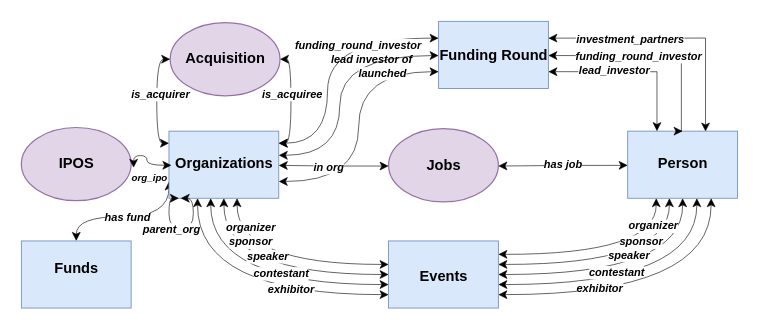
Before: copy3_edited_graph_vis.drawio in SilvesterYu/FinQA_Vis, a draw.io diagram. Source tidied: cells renumbered, new cells numbered last; positions are measured from the earlier drawing's top-left corner, leaving out a move shared by most shapes. Both pictures are drawn from the tidied source at 122%, with x=0, y=0 at pixel (21, 21).
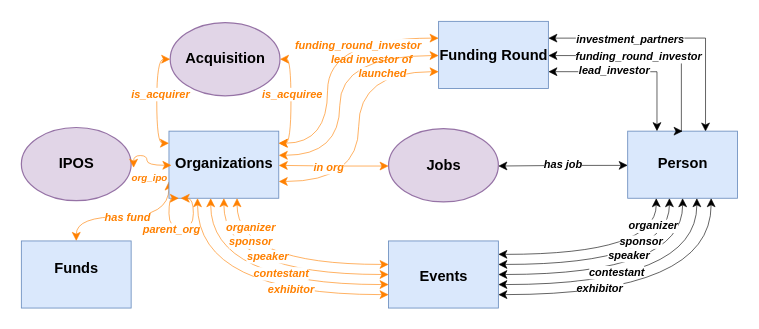
Above is the later version.

Unchanged cells that the change refers to:
```xml
<mxCell id="9" value="&lt;h6 style=&quot;&quot;&gt;&lt;br&gt;&lt;/h6&gt;" style="rounded=0;whiteSpace=wrap;html=1;strokeWidth=0.7;verticalAlign=top;labelPosition=center;verticalLabelPosition=middle;align=center;spacing=0;spacingBottom=0;points=[[0,0,0,0,0],[0,0.25,0,0,0],[0,0.51,0,0,0],[0,0.75,0,0,0],[0,1,0,0,0],[0.24,1,0,0,0],[0.26,0,0,0,0],[0.5,0,0,0,0],[0.5,1,0,0,0],[0.76,0,0,0,0],[0.76,1,0,0,0],[1,0,0,0,0],[1,0.25,0,0,0],[1,0.51,0,0,0],[1,0.75,0,0,0],[1,1,0,0,0]];fillColor=#dae8fc;strokeColor=#6c8ebf;" parent="1" vertex="1">
  <mxGeometry x="342" width="90" height="55" as="geometry" />
</mxCell>
<mxCell id="12" style="rounded=0;whiteSpace=wrap;html=1;fontSize=10;strokeWidth=0.7;points=[[0,0,0,0,0],[0,0.18,0,0,0],[0,0.51,0,0,0],[0,0.75,0,0,0],[0.09,1,0,0,0],[0.26,0,0,0,0],[0.26,1,0,0,0],[0.38,1,0,0,0],[0.5,0,0,0,0],[0.5,1,0,0,0],[0.62,1,0,0,0],[0.73,1,0,0,0],[0.76,0,0,0,0],[1,0,0,0,0],[1,0.18,0,0,0],[1,0.36,0,0,0],[1,0.51,0,0,0],[1,0.75,0,0,0]];fillColor=#dae8fc;strokeColor=#6c8ebf;" parent="1" vertex="1">
  <mxGeometry x="121" y="90" width="90" height="55" as="geometry" />
</mxCell>
<mxCell id="15" style="rounded=0;whiteSpace=wrap;html=1;strokeWidth=0.7;fillColor=#dae8fc;strokeColor=#6c8ebf;" parent="1" vertex="1">
  <mxGeometry y="180" width="90" height="55" as="geometry" />
</mxCell>
<mxCell id="31" style="rounded=0;whiteSpace=wrap;html=1;strokeWidth=0.7;points=[[0,0.2,0,0,0],[0,0.35,0,0,0],[0,0.5,0,0,0],[0,0.65,0,0,0],[0,0.8,0,0,0],[0.26,0,0,0,0],[0.26,1,0,0,0],[0.5,0,0,0,0],[0.5,1,0,0,0],[0.76,0,0,0,0],[0.76,1,0,0,0],[1,0.2,0,0,0],[1,0.35,0,0,0],[1,0.5,0,0,0],[1,0.65,0,0,0],[1,0.8,0,0,0]];fillColor=#dae8fc;strokeColor=#6c8ebf;" parent="1" vertex="1">
  <mxGeometry x="301" y="180" width="90" height="55" as="geometry" />
</mxCell>
<mxCell id="63" style="ellipse;whiteSpace=wrap;html=1;rounded=0;sketch=0;fontSize=6.2;points=[[0,0.51,0,0,0],[0.14,0.15,0,0,0],[0.14,0.85,0,0,0],[0.5,0,0,0,0],[0.5,1,0,0,0],[0.86,0.15,0,0,0],[0.86,0.85,0,0,0],[1,0.51,0,0,0]];fillColor=#e1d5e7;strokeColor=#9673a6;" parent="1" vertex="1">
  <mxGeometry x="301" y="88" width="90" height="60" as="geometry" />
</mxCell>
```

The edit, as a diff of the source:
```diff
@@
-    <mxCell id="2" style="edgeStyle=orthogonalEdgeStyle;rounded=0;jettySize=auto;html=1;exitX=1;exitY=0.75;exitDx=0;exitDy=0;entryX=0;entryY=0.75;entryDx=0;entryDy=0;entryPerimeter=0;strokeWidth=0.5;curved=1;exitPerimeter=0;startArrow=classic;startFill=1;" parent="1" edge="1" source="12" target="9">
+    <mxCell id="2" style="edgeStyle=orthogonalEdgeStyle;rounded=0;jettySize=auto;html=1;exitX=1;exitY=0.75;exitDx=0;exitDy=0;entryX=0;entryY=0.75;entryDx=0;entryDy=0;entryPerimeter=0;strokeWidth=0.5;curved=1;exitPerimeter=0;startArrow=classic;startFill=1;strokeColor=#FF8000;" parent="1" edge="1" source="12" target="9">
       <mxGeometry relative="1" as="geometry" />
     </mxCell>
-    <mxCell id="3" value="&lt;font style=&quot;font-size: 9px;&quot;&gt;lead investor of&lt;/font&gt;" style="edgeLabel;html=1;align=center;verticalAlign=middle;fontSize=6;fontStyle=3;" parent="2" vertex="1">
+    <mxCell id="3" value="&lt;font color=&quot;#ff8000&quot; style=&quot;font-size: 9px;&quot;&gt;lead investor of&lt;/font&gt;" style="edgeLabel;html=1;align=center;verticalAlign=middle;fontSize=6;fontStyle=3;" parent="2" vertex="1">
       <mxGeometry x="-0.48" y="2" relative="1" as="geometry">
         <mxPoint x="18" y="-98" as="offset" />
       </mxGeometry>
     </mxCell>
-    <mxCell id="4" style="edgeStyle=orthogonalEdgeStyle;rounded=0;jettySize=auto;html=1;exitX=1;exitY=0.36;exitDx=0;exitDy=0;entryX=0;entryY=0.51;entryDx=0;entryDy=0;entryPerimeter=0;strokeWidth=0.5;curved=1;exitPerimeter=0;startArrow=classic;startFill=1;" parent="1" edge="1" source="12" target="9">
+    <mxCell id="4" style="edgeStyle=orthogonalEdgeStyle;rounded=0;jettySize=auto;html=1;exitX=1;exitY=0.36;exitDx=0;exitDy=0;entryX=0;entryY=0.51;entryDx=0;entryDy=0;entryPerimeter=0;strokeWidth=0.5;curved=1;exitPerimeter=0;startArrow=classic;startFill=1;strokeColor=#FF8000;" parent="1" edge="1" source="12" target="9">
       <mxGeometry relative="1" as="geometry">
         <Array as="points">
           <mxPoint x="261" y="110" />
           <mxPoint x="261" y="28" />
         </Array>
       </mxGeometry>
     </mxCell>
-    <mxCell id="5" value="&lt;font style=&quot;font-size: 9px;&quot;&gt;launched&lt;/font&gt;" style="edgeLabel;html=1;align=center;verticalAlign=middle;fontSize=6;fontStyle=3;" parent="4" vertex="1">
+    <mxCell id="5" value="&lt;font color=&quot;#ff8000&quot; style=&quot;font-size: 9px;&quot;&gt;launched&lt;/font&gt;" style="edgeLabel;html=1;align=center;verticalAlign=middle;fontSize=6;fontStyle=3;" parent="4" vertex="1">
       <mxGeometry x="-0.26" y="2" relative="1" as="geometry">
         <mxPoint x="36" y="-38" as="offset" />
       </mxGeometry>
     </mxCell>
-    <mxCell id="6" style="edgeStyle=orthogonalEdgeStyle;rounded=0;jettySize=auto;html=1;exitX=1;exitY=0.18;exitDx=0;exitDy=0;entryX=0;entryY=0.25;entryDx=0;entryDy=0;entryPerimeter=0;strokeWidth=0.5;curved=1;exitPerimeter=0;startArrow=classic;startFill=1;" parent="1" edge="1" source="12" target="9">
+    <mxCell id="6" style="edgeStyle=orthogonalEdgeStyle;rounded=0;jettySize=auto;html=1;exitX=1;exitY=0.18;exitDx=0;exitDy=0;entryX=0;entryY=0.25;entryDx=0;entryDy=0;entryPerimeter=0;strokeWidth=0.5;curved=1;exitPerimeter=0;startArrow=classic;startFill=1;strokeColor=#FF8000;" parent="1" edge="1" source="12" target="9">
       <mxGeometry relative="1" as="geometry">
         <Array as="points">
           <mxPoint x="251" y="100" />
           <mxPoint x="251" y="14" />
         </Array>
       </mxGeometry>
     </mxCell>
-    <mxCell id="7" value="&lt;font style=&quot;font-size: 9px;&quot;&gt;funding_round_investor&lt;/font&gt;" style="edgeLabel;html=1;align=center;verticalAlign=middle;fontSize=6;fontStyle=3;" parent="6" vertex="1">
+    <mxCell id="7" value="&lt;font color=&quot;#ff8000&quot; style=&quot;font-size: 9px;&quot;&gt;funding_round_investor&lt;/font&gt;" style="edgeLabel;html=1;align=center;verticalAlign=middle;fontSize=6;fontStyle=3;" parent="6" vertex="1">
       <mxGeometry x="-0.52" y="2" relative="1" as="geometry">
         <mxPoint x="26" y="-68" as="offset" />
       </mxGeometry>
     </mxCell>
@@
-    <mxCell id="10" style="edgeStyle=orthogonalEdgeStyle;rounded=0;jettySize=auto;html=1;entryX=0.5;entryY=0;entryDx=0;entryDy=0;fontSize=9;strokeWidth=0.51;curved=1;exitX=0;exitY=0.75;exitDx=0;exitDy=0;exitPerimeter=0;startArrow=classic;startFill=1;" parent="1" edge="1" source="12" target="15">
+    <mxCell id="10" style="edgeStyle=orthogonalEdgeStyle;rounded=0;jettySize=auto;html=1;entryX=0.5;entryY=0;entryDx=0;entryDy=0;fontSize=9;strokeWidth=0.51;curved=1;exitX=0;exitY=0.75;exitDx=0;exitDy=0;exitPerimeter=0;startArrow=classic;startFill=1;strokeColor=#FF8000;" parent="1" edge="1" source="12" target="15">
       <mxGeometry relative="1" as="geometry">
         <Array as="points">
           <mxPoint x="121" y="160" />
           <mxPoint x="45" y="160" />
         </Array>
       </mxGeometry>
     </mxCell>
-    <mxCell id="11" value="&lt;font style=&quot;font-size: 9px;&quot;&gt;has fund&lt;br&gt;&lt;/font&gt;" style="edgeLabel;html=1;align=center;verticalAlign=middle;fontSize=6;fontStyle=3;" parent="10" vertex="1">
+    <mxCell id="11" value="&lt;font style=&quot;font-size: 9px;&quot;&gt;&lt;font color=&quot;#ff8000&quot;&gt;has fund&lt;/font&gt;&lt;br&gt;&lt;/font&gt;" style="edgeLabel;html=1;align=center;verticalAlign=middle;fontSize=6;fontStyle=3;" parent="10" vertex="1">
       <mxGeometry x="-0.15" relative="1" as="geometry">
         <mxPoint x="-10" as="offset" />
       </mxGeometry>
     </mxCell>
@@
-    <mxCell id="13" style="edgeStyle=orthogonalEdgeStyle;rounded=0;orthogonalLoop=1;jettySize=auto;html=1;exitX=0.107;exitY=1;exitDx=0;exitDy=0;fontSize=9;strokeWidth=0.5;curved=1;exitPerimeter=0;entryX=0.09;entryY=1;entryDx=0;entryDy=0;entryPerimeter=0;startArrow=classic;startFill=1;" parent="1" edge="1" source="12" target="12">
+    <mxCell id="13" style="edgeStyle=orthogonalEdgeStyle;rounded=0;orthogonalLoop=1;jettySize=auto;html=1;exitX=0.107;exitY=1;exitDx=0;exitDy=0;fontSize=9;strokeWidth=0.5;curved=1;exitPerimeter=0;entryX=0.09;entryY=1;entryDx=0;entryDy=0;entryPerimeter=0;startArrow=classic;startFill=1;strokeColor=#FF8000;" parent="1" edge="1" source="12" target="12">
       <mxGeometry relative="1" as="geometry">
         <Array as="points">
           <mxPoint x="141" y="145" />
           <mxPoint x="141" y="170" />
           <mxPoint x="121" y="170" />
           <mxPoint x="121" y="145" />
         </Array>
       </mxGeometry>
     </mxCell>
-    <mxCell id="14" value="&lt;font style=&quot;font-size: 9px;&quot;&gt;parent_org&lt;br&gt;&lt;/font&gt;" style="edgeLabel;html=1;align=center;verticalAlign=middle;fontSize=6;fontStyle=3;" parent="13" vertex="1">
+    <mxCell id="14" value="&lt;font style=&quot;font-size: 9px;&quot;&gt;&lt;font color=&quot;#ff8000&quot;&gt;parent_org&lt;/font&gt;&lt;br&gt;&lt;/font&gt;" style="edgeLabel;html=1;align=center;verticalAlign=middle;fontSize=6;fontStyle=3;" parent="13" vertex="1">
       <mxGeometry x="-0.13" y="-1" relative="1" as="geometry">
         <mxPoint x="-16" y="1" as="offset" />
       </mxGeometry>
     </mxCell>
@@
-    <mxCell id="20" style="edgeStyle=orthogonalEdgeStyle;rounded=0;jettySize=auto;html=1;exitX=0;exitY=0.35;exitDx=0;exitDy=0;entryX=0.62;entryY=1;entryDx=0;entryDy=0;entryPerimeter=0;fontSize=7;strokeWidth=0.5;curved=1;exitPerimeter=0;startArrow=classic;startFill=1;" parent="1" edge="1" source="31" target="12">
+    <mxCell id="20" style="edgeStyle=orthogonalEdgeStyle;rounded=0;jettySize=auto;html=1;exitX=0;exitY=0.35;exitDx=0;exitDy=0;entryX=0.62;entryY=1;entryDx=0;entryDy=0;entryPerimeter=0;fontSize=7;strokeWidth=0.5;curved=1;exitPerimeter=0;startArrow=classic;startFill=1;strokeColor=#FF8000;" parent="1" edge="1" source="31" target="12">
       <mxGeometry relative="1" as="geometry" />
     </mxCell>
-    <mxCell id="21" style="edgeStyle=orthogonalEdgeStyle;rounded=0;jettySize=auto;html=1;exitX=0;exitY=0.5;exitDx=0;exitDy=0;entryX=0.5;entryY=1;entryDx=0;entryDy=0;entryPerimeter=0;fontSize=7;strokeWidth=0.5;curved=1;exitPerimeter=0;startArrow=classic;startFill=1;" parent="1" edge="1" source="31" target="12">
+    <mxCell id="21" style="edgeStyle=orthogonalEdgeStyle;rounded=0;jettySize=auto;html=1;exitX=0;exitY=0.5;exitDx=0;exitDy=0;entryX=0.5;entryY=1;entryDx=0;entryDy=0;entryPerimeter=0;fontSize=7;strokeWidth=0.5;curved=1;exitPerimeter=0;startArrow=classic;startFill=1;strokeColor=#FF8000;" parent="1" edge="1" source="31" target="12">
       <mxGeometry relative="1" as="geometry" />
     </mxCell>
-    <mxCell id="22" style="edgeStyle=orthogonalEdgeStyle;rounded=0;jettySize=auto;html=1;exitX=0;exitY=0.65;exitDx=0;exitDy=0;entryX=0.38;entryY=1;entryDx=0;entryDy=0;entryPerimeter=0;fontSize=7;strokeWidth=0.5;curved=1;exitPerimeter=0;startArrow=classic;startFill=1;" parent="1" edge="1" source="31" target="12">
+    <mxCell id="22" style="edgeStyle=orthogonalEdgeStyle;rounded=0;jettySize=auto;html=1;exitX=0;exitY=0.65;exitDx=0;exitDy=0;entryX=0.38;entryY=1;entryDx=0;entryDy=0;entryPerimeter=0;fontSize=7;strokeWidth=0.5;curved=1;exitPerimeter=0;startArrow=classic;startFill=1;strokeColor=#FF8000;" parent="1" edge="1" source="31" target="12">
       <mxGeometry relative="1" as="geometry" />
     </mxCell>
-    <mxCell id="23" style="edgeStyle=orthogonalEdgeStyle;rounded=0;jettySize=auto;html=1;exitX=0;exitY=0.8;exitDx=0;exitDy=0;fontSize=7;strokeWidth=0.5;curved=1;exitPerimeter=0;entryX=0.26;entryY=1;entryDx=0;entryDy=0;entryPerimeter=0;startArrow=classic;startFill=1;" parent="1" edge="1" source="31" target="12">
+    <mxCell id="23" style="edgeStyle=orthogonalEdgeStyle;rounded=0;jettySize=auto;html=1;exitX=0;exitY=0.8;exitDx=0;exitDy=0;fontSize=7;strokeWidth=0.5;curved=1;exitPerimeter=0;entryX=0.26;entryY=1;entryDx=0;entryDy=0;entryPerimeter=0;startArrow=classic;startFill=1;strokeColor=#FF8000;" parent="1" edge="1" source="31" target="12">
       <mxGeometry relative="1" as="geometry" />
     </mxCell>
@@
-    <mxCell id="42" value="&lt;font style=&quot;font-size: 9px;&quot;&gt;speaker&lt;br&gt;&lt;/font&gt;" style="edgeLabel;html=1;align=center;verticalAlign=middle;fontSize=6;fontStyle=3;" parent="1" vertex="1">
+    <mxCell id="42" value="&lt;font style=&quot;font-size: 9px;&quot;&gt;&lt;font color=&quot;#ff8000&quot;&gt;speaker&lt;/font&gt;&lt;br&gt;&lt;/font&gt;" style="edgeLabel;html=1;align=center;verticalAlign=middle;fontSize=6;fontStyle=3;" parent="1" vertex="1">
       <mxGeometry x="198.9" y="194" as="geometry">
         <mxPoint x="3" y="-2" as="offset" />
       </mxGeometry>
     </mxCell>
-    <mxCell id="43" value="&lt;font style=&quot;font-size: 9px;&quot;&gt;contestant&lt;br&gt;&lt;/font&gt;" style="edgeLabel;html=1;align=center;verticalAlign=middle;fontSize=6;fontStyle=3;" parent="1" vertex="1">
+    <mxCell id="43" value="&lt;font style=&quot;font-size: 9px;&quot;&gt;&lt;font color=&quot;#ff8000&quot;&gt;contestant&lt;/font&gt;&lt;br&gt;&lt;/font&gt;" style="edgeLabel;html=1;align=center;verticalAlign=middle;fontSize=6;fontStyle=3;" parent="1" vertex="1">
       <mxGeometry x="212.1" y="206.8" as="geometry" />
     </mxCell>
-    <mxCell id="44" value="&lt;font style=&quot;font-size: 9px;&quot;&gt;exhibitor&lt;/font&gt;" style="edgeLabel;html=1;align=center;verticalAlign=middle;fontSize=6;fontStyle=3;" parent="1" vertex="1">
+    <mxCell id="44" value="&lt;font color=&quot;#ff8000&quot; style=&quot;font-size: 9px;&quot;&gt;exhibitor&lt;/font&gt;" style="edgeLabel;html=1;align=center;verticalAlign=middle;fontSize=6;fontStyle=3;" parent="1" vertex="1">
       <mxGeometry x="220.4" y="219" as="geometry" />
     </mxCell>
-    <mxCell id="45" value="&lt;font style=&quot;font-size: 9px;&quot;&gt;sponsor&lt;/font&gt;" style="edgeLabel;html=1;align=center;verticalAlign=middle;fontSize=6;fontStyle=3;" parent="1" vertex="1">
+    <mxCell id="45" value="&lt;font color=&quot;#ff8000&quot; style=&quot;font-size: 9px;&quot;&gt;sponsor&lt;/font&gt;" style="edgeLabel;html=1;align=center;verticalAlign=middle;fontSize=6;fontStyle=3;" parent="1" vertex="1">
       <mxGeometry x="187" y="180" as="geometry" />
     </mxCell>
-    <mxCell id="46" value="&lt;font style=&quot;font-size: 9px;&quot;&gt;organizer&lt;/font&gt;" style="edgeLabel;html=1;align=center;verticalAlign=middle;fontSize=6;fontStyle=3;" parent="1" vertex="1">
+    <mxCell id="46" value="&lt;font color=&quot;#ff8000&quot; style=&quot;font-size: 9px;&quot;&gt;organizer&lt;/font&gt;" style="edgeLabel;html=1;align=center;verticalAlign=middle;fontSize=6;fontStyle=3;" parent="1" vertex="1">
       <mxGeometry x="187" y="168" as="geometry" />
     </mxCell>
@@
-    <mxCell id="55" style="edgeStyle=orthogonalEdgeStyle;rounded=0;orthogonalLoop=1;jettySize=auto;html=1;exitX=0;exitY=0.18;exitDx=0;exitDy=0;fontSize=9;strokeWidth=0.5;curved=1;entryX=0;entryY=0.5;entryDx=0;entryDy=0;exitPerimeter=0;startArrow=classic;startFill=1;" parent="1" edge="1">
+    <mxCell id="55" style="edgeStyle=orthogonalEdgeStyle;rounded=0;orthogonalLoop=1;jettySize=auto;html=1;exitX=0;exitY=0.18;exitDx=0;exitDy=0;fontSize=9;strokeWidth=0.5;curved=1;entryX=0;entryY=0.5;entryDx=0;entryDy=0;exitPerimeter=0;startArrow=classic;startFill=1;fillColor=#ffe6cc;strokeColor=#FF8000;" parent="1" edge="1">
       <mxGeometry relative="1" as="geometry">
         <mxPoint x="121" y="99.9" as="sourcePoint" />
         <mxPoint x="122" y="31" as="targetPoint" />
         <Array as="points">
           <mxPoint x="111" y="100" />
           <mxPoint x="111" y="31" />
         </Array>
       </mxGeometry>
     </mxCell>
-    <mxCell id="56" value="&lt;font style=&quot;font-size: 9px;&quot;&gt;is_acquirer&lt;/font&gt;" style="edgeLabel;html=1;align=center;verticalAlign=middle;fontSize=6;fontStyle=3;" parent="55" vertex="1">
+    <mxCell id="56" value="&lt;font color=&quot;#ff8000&quot; style=&quot;font-size: 9px;&quot;&gt;is_acquirer&lt;/font&gt;" style="edgeLabel;html=1;align=center;verticalAlign=middle;fontSize=6;fontStyle=3;" parent="55" vertex="1">
       <mxGeometry x="0.09" y="3" relative="1" as="geometry">
         <mxPoint x="5" y="-1" as="offset" />
       </mxGeometry>
     </mxCell>
-    <mxCell id="57" style="edgeStyle=orthogonalEdgeStyle;rounded=0;orthogonalLoop=1;jettySize=auto;html=1;exitX=1;exitY=0.18;exitDx=0;exitDy=0;entryX=1;entryY=0.5;entryDx=0;entryDy=0;fontSize=9;strokeWidth=0.5;curved=1;exitPerimeter=0;startArrow=classic;startFill=1;" parent="1" edge="1">
+    <mxCell id="57" style="edgeStyle=orthogonalEdgeStyle;rounded=0;orthogonalLoop=1;jettySize=auto;html=1;exitX=1;exitY=0.18;exitDx=0;exitDy=0;entryX=1;entryY=0.5;entryDx=0;entryDy=0;fontSize=9;strokeWidth=0.5;curved=1;exitPerimeter=0;startArrow=classic;startFill=1;strokeColor=#FF8000;" parent="1" edge="1">
       <mxGeometry relative="1" as="geometry">
         <mxPoint x="211" y="99.9" as="sourcePoint" />
         <mxPoint x="212" y="31" as="targetPoint" />
         <Array as="points">
           <mxPoint x="221" y="100" />
           <mxPoint x="221" y="31" />
         </Array>
       </mxGeometry>
     </mxCell>
-    <mxCell id="58" value="&lt;font style=&quot;font-size: 9px;&quot;&gt;is_acquiree&lt;/font&gt;" style="edgeLabel;html=1;align=center;verticalAlign=middle;fontSize=6;fontStyle=3;" parent="57" vertex="1">
+    <mxCell id="58" value="&lt;font color=&quot;#ff8000&quot; style=&quot;font-size: 9px;&quot;&gt;is_acquiree&lt;/font&gt;" style="edgeLabel;html=1;align=center;verticalAlign=middle;fontSize=6;fontStyle=3;" parent="57" vertex="1">
       <mxGeometry x="-0.08" y="2" relative="1" as="geometry">
         <mxPoint x="2" y="-10" as="offset" />
       </mxGeometry>
     </mxCell>
-    <mxCell id="59" style="edgeStyle=orthogonalEdgeStyle;rounded=0;orthogonalLoop=1;jettySize=auto;html=1;fontSize=9;strokeWidth=0.5;curved=1;exitX=0;exitY=0.51;exitDx=0;exitDy=0;exitPerimeter=0;entryX=1;entryY=0.55;entryDx=0;entryDy=0;entryPerimeter=0;startArrow=classic;startFill=1;" parent="1" edge="1">
+    <mxCell id="59" style="edgeStyle=orthogonalEdgeStyle;rounded=0;orthogonalLoop=1;jettySize=auto;html=1;fontSize=9;strokeWidth=0.5;curved=1;exitX=0;exitY=0.51;exitDx=0;exitDy=0;exitPerimeter=0;entryX=1;entryY=0.55;entryDx=0;entryDy=0;entryPerimeter=0;startArrow=classic;startFill=1;strokeColor=#FF8000;" parent="1" edge="1">
       <mxGeometry relative="1" as="geometry">
         <mxPoint x="123" y="118" as="sourcePoint" />
         <mxPoint x="92" y="120" as="targetPoint" />
         <Array as="points">
           <mxPoint x="103" y="118" />
           <mxPoint x="103" y="110" />
         </Array>
       </mxGeometry>
     </mxCell>
-    <mxCell id="60" value="&lt;font style=&quot;&quot;&gt;&lt;font style=&quot;font-size: 8px;&quot;&gt;org_ipo&lt;/font&gt;&lt;br&gt;&lt;/font&gt;" style="edgeLabel;html=1;align=center;verticalAlign=middle;fontSize=6;fontStyle=3;" parent="59" vertex="1">
+    <mxCell id="60" value="&lt;font style=&quot;&quot;&gt;&lt;font color=&quot;#ff8000&quot; style=&quot;font-size: 8px;&quot;&gt;org_ipo&lt;/font&gt;&lt;br&gt;&lt;/font&gt;" style="edgeLabel;html=1;align=center;verticalAlign=middle;fontSize=6;fontStyle=3;" parent="59" vertex="1">
       <mxGeometry x="0.16" y="-1" relative="1" as="geometry">
         <mxPoint x="1" y="18" as="offset" />
       </mxGeometry>
     </mxCell>
-    <mxCell id="61" style="edgeStyle=orthogonalEdgeStyle;rounded=0;jettySize=auto;html=1;exitX=0;exitY=0.51;exitDx=0;exitDy=0;exitPerimeter=0;entryX=1;entryY=0.51;entryDx=0;entryDy=0;entryPerimeter=0;strokeWidth=0.5;startArrow=classic;startFill=1;" parent="1" edge="1" source="63" target="12">
+    <mxCell id="61" style="edgeStyle=orthogonalEdgeStyle;rounded=0;jettySize=auto;html=1;exitX=0;exitY=0.51;exitDx=0;exitDy=0;exitPerimeter=0;entryX=1;entryY=0.51;entryDx=0;entryDy=0;entryPerimeter=0;strokeWidth=0.5;startArrow=classic;startFill=1;strokeColor=#FF8000;" parent="1" edge="1" source="63" target="12">
       <mxGeometry relative="1" as="geometry" />
     </mxCell>
-    <mxCell id="62" value="&lt;font style=&quot;font-size: 9px;&quot;&gt;&lt;i style=&quot;&quot;&gt;&lt;b&gt;in org&lt;/b&gt;&lt;/i&gt;&lt;/font&gt;" style="edgeLabel;html=1;align=center;verticalAlign=middle;" parent="61" vertex="1">
+    <mxCell id="62" value="&lt;font color=&quot;#ff8000&quot; style=&quot;font-size: 9px;&quot;&gt;&lt;i style=&quot;&quot;&gt;&lt;b&gt;in org&lt;/b&gt;&lt;/i&gt;&lt;/font&gt;" style="edgeLabel;html=1;align=center;verticalAlign=middle;" parent="61" vertex="1">
       <mxGeometry x="0.1" y="1" relative="1" as="geometry">
         <mxPoint y="-1" as="offset" />
       </mxGeometry>
     </mxCell>
```
